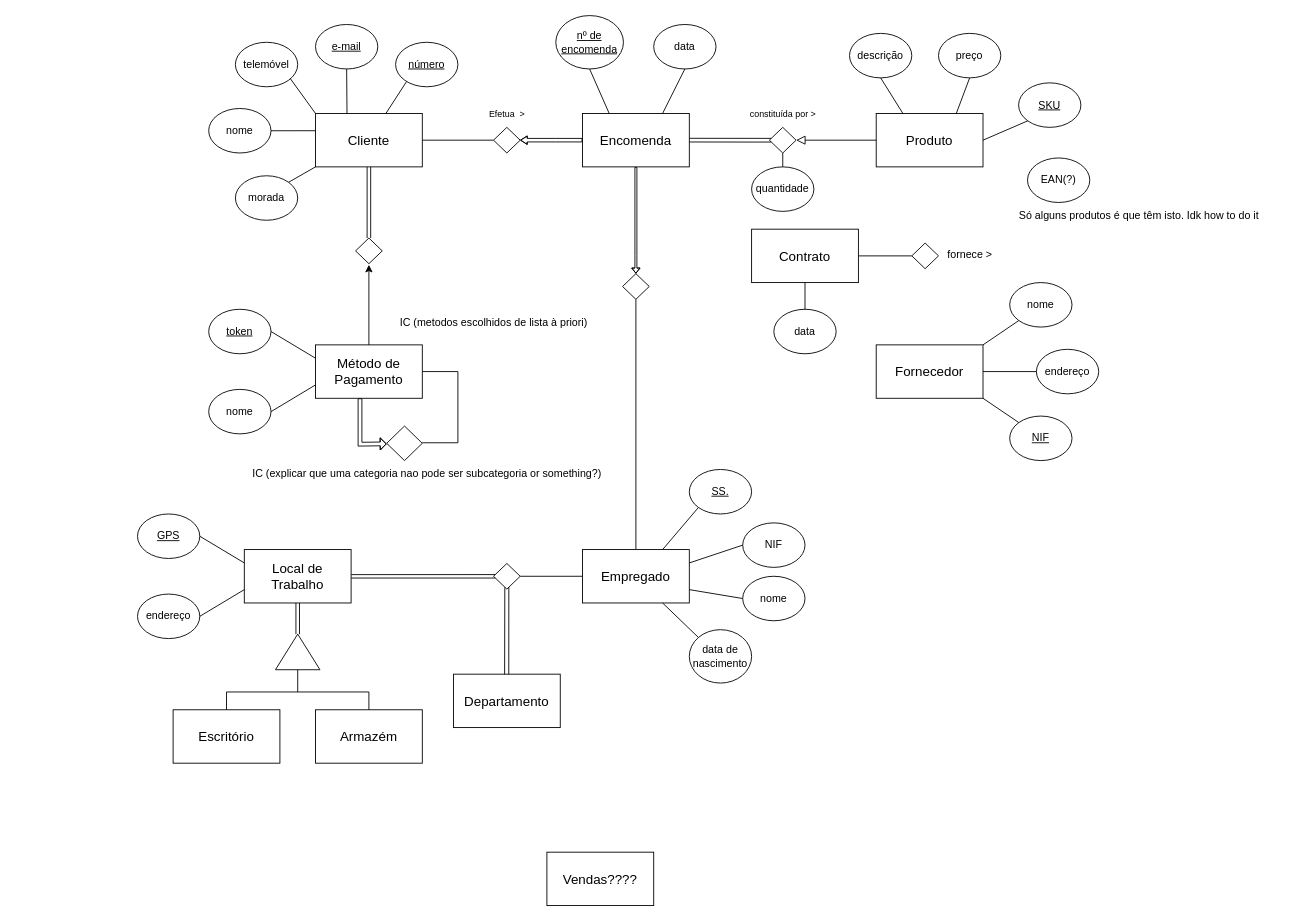
Earlier version of the draw.io diagram Diagrama sem nome.drawio (GreenMemory16/BD-2022-2023). Source tidied: cells renumbered, new cells numbered last; positions are measured from the earlier drawing's top-left corner, leaving out a move shared by most shapes. Both pictures are drawn from the tidied source at 89%, with x=0, y=0 at pixel (137, 15).
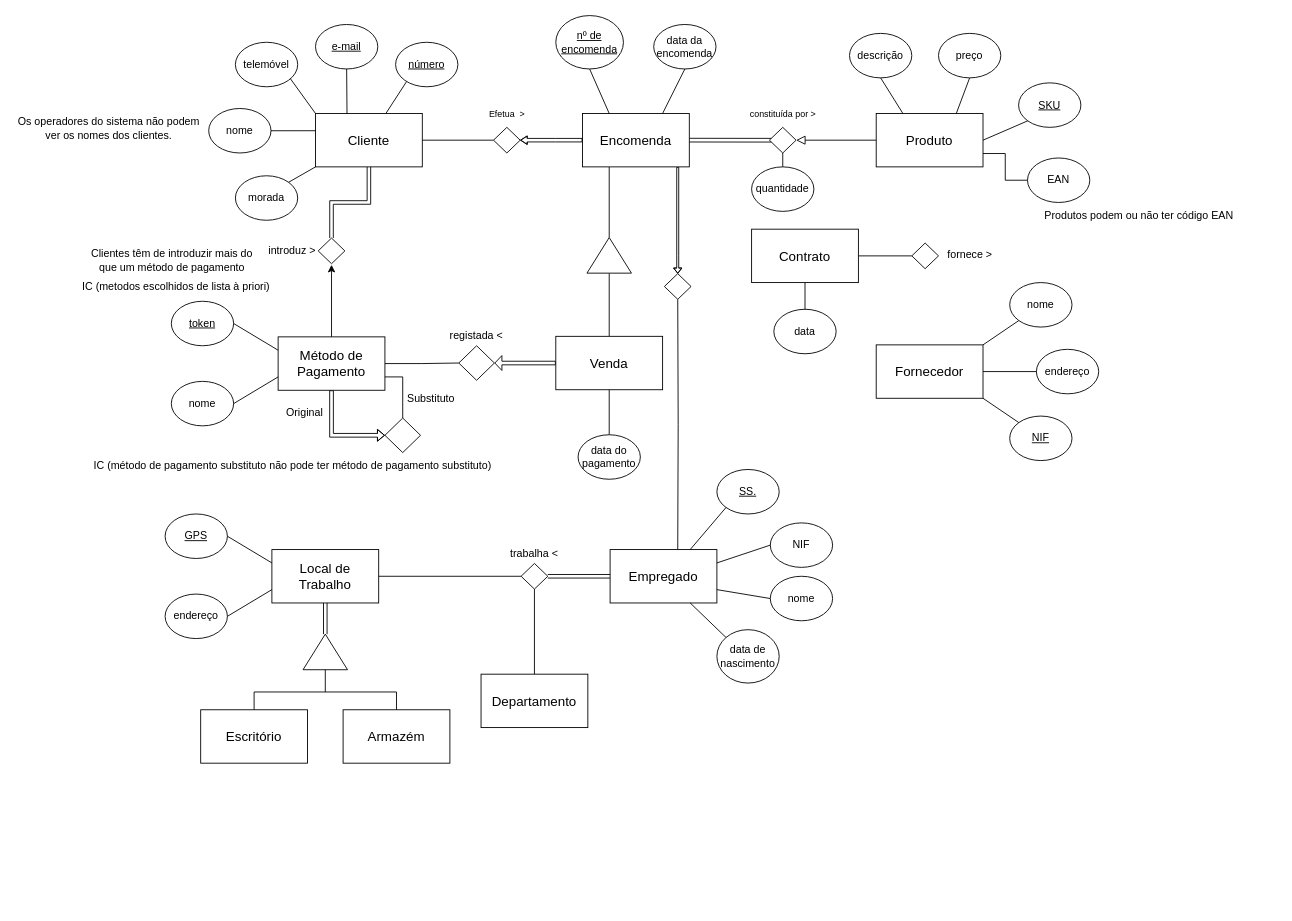
Above is the later version.

Unchanged cells that the change refers to:
```xml
<mxCell id="2" value="&lt;font style=&quot;font-size: 15px;&quot;&gt;Cliente&lt;/font&gt;" style="rounded=0;whiteSpace=wrap;html=1;" parent="1" vertex="1">
  <mxGeometry x="200" y="110" width="120" height="60" as="geometry" />
</mxCell>
<mxCell id="5" value="&lt;font style=&quot;font-size: 15px;&quot;&gt;Encomenda&lt;/font&gt;" style="rounded=0;whiteSpace=wrap;html=1;" parent="1" vertex="1">
  <mxGeometry x="500" y="110" width="120" height="60" as="geometry" />
</mxCell>
<mxCell id="23" value="&lt;font style=&quot;font-size: 15px;&quot;&gt;Produto&lt;/font&gt;" style="rounded=0;whiteSpace=wrap;html=1;" parent="1" vertex="1">
  <mxGeometry x="830" y="110" width="120" height="60" as="geometry" />
</mxCell>
```

What changed in the source:
```diff
@@
-    <mxCell id="4" style="edgeStyle=orthogonalEdgeStyle;rounded=0;jettySize=auto;html=1;exitX=0.5;exitY=1;exitDx=0;exitDy=0;entryX=0.5;entryY=0;entryDx=0;entryDy=0;shape=flexArrow;strokeWidth=1;endSize=1.6122448979591837;endWidth=6.097459391920033;width=2.2448979591836733;" parent="1" edge="1" source="5" target="98">
+    <mxCell id="4" style="edgeStyle=orthogonalEdgeStyle;rounded=0;jettySize=auto;html=1;exitX=0.5;exitY=1;exitDx=0;exitDy=0;entryX=0.5;entryY=0;entryDx=0;entryDy=0;shape=flexArrow;strokeWidth=1;endSize=1.6122448979591837;endWidth=6.097459391920033;width=2.2448979591836733;" parent="1" edge="1" target="98">
       <mxGeometry relative="1" as="geometry">
+        <mxPoint x="607" y="170" as="sourcePoint" />
         <Array as="points">
-          <mxPoint x="560" y="270" />
-          <mxPoint x="560" y="270" />
+          <mxPoint x="607" y="270" />
+          <mxPoint x="607" y="270" />
         </Array>
       </mxGeometry>
     </mxCell>
+    <mxCell id="99" style="edgeStyle=orthogonalEdgeStyle;rounded=0;jettySize=auto;html=1;exitX=0.25;exitY=1;exitDx=0;exitDy=0;entryX=1;entryY=0.5;entryDx=0;entryDy=0;endArrow=none;endFill=0;" parent="1" edge="1" source="5" target="117">
+      <mxGeometry relative="1" as="geometry" />
+    </mxCell>
@@
-    <mxCell id="19" value="data" style="ellipse;whiteSpace=wrap;html=1;" parent="1" vertex="1">
+    <mxCell id="19" value="data da encomenda" style="ellipse;whiteSpace=wrap;html=1;" parent="1" vertex="1">
       <mxGeometry x="580" y="10" width="70" height="50" as="geometry" />
     </mxCell>
@@
+    <mxCell id="100" style="edgeStyle=orthogonalEdgeStyle;rounded=0;jettySize=auto;html=1;exitX=0;exitY=0.5;exitDx=0;exitDy=0;entryX=1;entryY=0.75;entryDx=0;entryDy=0;endArrow=none;endFill=0;" parent="1" edge="1" source="30" target="23">
+      <mxGeometry relative="1" as="geometry" />
+    </mxCell>
-    <mxCell id="30" value="EAN(?)" style="ellipse;whiteSpace=wrap;html=1;" parent="1" vertex="1">
+    <mxCell id="30" value="EAN" style="ellipse;whiteSpace=wrap;html=1;" parent="1" vertex="1">
       <mxGeometry x="1000" y="160" width="70" height="50" as="geometry" />
     </mxCell>
@@
+    <mxCell id="101" style="edgeStyle=orthogonalEdgeStyle;rounded=0;jettySize=auto;html=1;entryX=0;entryY=0.5;entryDx=0;entryDy=0;shape=flexArrow;endWidth=7.988360323886639;endSize=2.293959731543624;width=4.1610738255033555;" parent="1" edge="1" source="37" target="85">
+      <mxGeometry relative="1" as="geometry" />
+    </mxCell>
+    <mxCell id="102" style="edgeStyle=orthogonalEdgeStyle;rounded=0;jettySize=auto;html=1;exitX=1;exitY=0.5;exitDx=0;exitDy=0;entryX=0;entryY=0.5;entryDx=0;entryDy=0;endWidth=8.907657657657658;endArrow=none;endFill=0;" parent="1" edge="1" source="37" target="112">
+      <mxGeometry relative="1" as="geometry" />
+    </mxCell>
     <mxCell id="37" value="&lt;font style=&quot;font-size: 15px;&quot;&gt;Método de Pagamento&lt;/font&gt;" style="rounded=0;whiteSpace=wrap;html=1;" parent="1" vertex="1">
-      <mxGeometry x="200" y="370" width="120" height="60" as="geometry" />
+      <mxGeometry x="158" y="361" width="120" height="60" as="geometry" />
     </mxCell>
     <mxCell id="38" value="&lt;u&gt;token&lt;/u&gt;" style="ellipse;whiteSpace=wrap;html=1;" parent="1" vertex="1">
-      <mxGeometry x="80" y="330" width="70" height="50" as="geometry" />
+      <mxGeometry x="38" y="321" width="70" height="50" as="geometry" />
     </mxCell>
     <mxCell id="39" value="nome" style="ellipse;whiteSpace=wrap;html=1;" parent="1" vertex="1">
-      <mxGeometry x="80" y="420" width="70" height="50" as="geometry" />
+      <mxGeometry x="38" y="411" width="70" height="50" as="geometry" />
     </mxCell>
@@
     <mxCell id="42" value="&lt;font style=&quot;font-size: 15px;&quot;&gt;Local de Trabalho&lt;/font&gt;" style="rounded=0;whiteSpace=wrap;html=1;" parent="1" vertex="1">
-      <mxGeometry x="120" y="600" width="120" height="60" as="geometry" />
+      <mxGeometry x="151" y="600" width="120" height="60" as="geometry" />
     </mxCell>
-    <mxCell id="43" style="edgeStyle=orthogonalEdgeStyle;rounded=0;jettySize=auto;html=1;exitX=0.5;exitY=0;exitDx=0;exitDy=0;entryX=0.5;entryY=1;entryDx=0;entryDy=0;endArrow=none;endFill=0;" parent="1" edge="1" source="44" target="98">
-      <mxGeometry relative="1" as="geometry" />
+    <mxCell id="43" style="edgeStyle=orthogonalEdgeStyle;rounded=0;jettySize=auto;html=1;exitX=0.5;exitY=0;exitDx=0;exitDy=0;entryX=0.5;entryY=1;entryDx=0;entryDy=0;endArrow=none;endFill=0;" parent="1" edge="1" target="98">
+      <mxGeometry relative="1" as="geometry">
+        <mxPoint x="607" y="600" as="sourcePoint" />
+      </mxGeometry>
     </mxCell>
     <mxCell id="44" value="&lt;font style=&quot;font-size: 15px;&quot;&gt;Empregado&lt;/font&gt;" style="rounded=0;whiteSpace=wrap;html=1;" parent="1" vertex="1">
-      <mxGeometry x="500" y="600" width="120" height="60" as="geometry" />
+      <mxGeometry x="531" y="600" width="120" height="60" as="geometry" />
     </mxCell>
     <mxCell id="45" value="&lt;u&gt;SS.&lt;/u&gt;" style="ellipse;whiteSpace=wrap;html=1;" parent="1" vertex="1">
-      <mxGeometry x="620" y="510" width="70" height="50" as="geometry" />
+      <mxGeometry x="651" y="510" width="70" height="50" as="geometry" />
     </mxCell>
     <mxCell id="46" value="NIF" style="ellipse;whiteSpace=wrap;html=1;" parent="1" vertex="1">
-      <mxGeometry x="680" y="570" width="70" height="50" as="geometry" />
+      <mxGeometry x="711" y="570" width="70" height="50" as="geometry" />
     </mxCell>
     <mxCell id="47" value="nome" style="ellipse;whiteSpace=wrap;html=1;" parent="1" vertex="1">
-      <mxGeometry x="680" y="630" width="70" height="50" as="geometry" />
+      <mxGeometry x="711" y="630" width="70" height="50" as="geometry" />
     </mxCell>
     <mxCell id="48" value="data de nascimento" style="ellipse;whiteSpace=wrap;html=1;" parent="1" vertex="1">
-      <mxGeometry x="620" y="690" width="70" height="60" as="geometry" />
+      <mxGeometry x="651" y="690" width="70" height="60" as="geometry" />
     </mxCell>
@@
+    <mxCell id="103" style="edgeStyle=orthogonalEdgeStyle;rounded=0;jettySize=auto;html=1;entryX=0.5;entryY=0;entryDx=0;entryDy=0;endArrow=none;endFill=0;" parent="1" edge="1" source="53" target="67">
+      <mxGeometry relative="1" as="geometry" />
+    </mxCell>
+    <mxCell id="58" style="edgeStyle=orthogonalEdgeStyle;rounded=0;jettySize=auto;html=1;exitX=1;exitY=0.5;exitDx=0;exitDy=0;entryX=0;entryY=0.5;entryDx=0;entryDy=0;shape=link;" parent="1" edge="1" source="53" target="44">
+      <mxGeometry relative="1" as="geometry" />
+    </mxCell>
+    <mxCell id="104" style="edgeStyle=orthogonalEdgeStyle;rounded=0;jettySize=auto;html=1;exitX=0;exitY=0.5;exitDx=0;exitDy=0;entryX=1;entryY=0.5;entryDx=0;entryDy=0;endArrow=none;endFill=0;" parent="1" edge="1" source="53" target="42">
+      <mxGeometry relative="1" as="geometry" />
+    </mxCell>
     <mxCell id="53" style="rhombus;whiteSpace=wrap;html=1;" parent="1" vertex="1">
-      <mxGeometry x="400" y="615.6" width="30" height="28.8" as="geometry" />
+      <mxGeometry x="431" y="615.6" width="30" height="28.8" as="geometry" />
     </mxCell>
     <mxCell id="54" value="&lt;u&gt;GPS&lt;/u&gt;" style="ellipse;whiteSpace=wrap;html=1;" parent="1" vertex="1">
-      <mxGeometry y="560" width="70" height="50" as="geometry" />
+      <mxGeometry x="31" y="560" width="70" height="50" as="geometry" />
     </mxCell>
     <mxCell id="55" value="endereço" style="ellipse;whiteSpace=wrap;html=1;" parent="1" vertex="1">
-      <mxGeometry y="650" width="70" height="50" as="geometry" />
+      <mxGeometry x="31" y="650" width="70" height="50" as="geometry" />
     </mxCell>
@@
-    <mxCell id="58" style="endArrow=none;html=1;rounded=0;entryX=0;entryY=0.5;entryDx=0;entryDy=0;exitX=1;exitY=0.5;exitDx=0;exitDy=0;" parent="1" edge="1" source="53" target="44">
-      <mxGeometry relative="1" as="geometry" />
-    </mxCell>
-    <mxCell id="59" style="endArrow=none;html=1;rounded=0;entryX=0.063;entryY=0.434;entryDx=0;entryDy=0;entryPerimeter=0;exitX=1.002;exitY=0.469;exitDx=0;exitDy=0;exitPerimeter=0;" parent="1" edge="1" source="42" target="53">
-      <mxGeometry relative="1" as="geometry" />
-    </mxCell>
-    <mxCell id="60" style="endArrow=none;html=1;rounded=0;entryX=0.066;entryY=0.568;entryDx=0;entryDy=0;entryPerimeter=0;exitX=1.001;exitY=0.533;exitDx=0;exitDy=0;exitPerimeter=0;" parent="1" edge="1" source="42" target="53">
-      <mxGeometry relative="1" as="geometry" />
-    </mxCell>
@@
     <mxCell id="67" value="&lt;font style=&quot;font-size: 15px;&quot;&gt;Departamento&lt;/font&gt;" style="rounded=0;whiteSpace=wrap;html=1;" parent="1" vertex="1">
-      <mxGeometry x="355" y="740" width="120" height="60" as="geometry" />
+      <mxGeometry x="386" y="740" width="120" height="60" as="geometry" />
     </mxCell>
-    <mxCell id="68" style="endArrow=none;html=1;rounded=0;entryX=0.424;entryY=0.932;entryDx=0;entryDy=0;entryPerimeter=0;exitX=0.479;exitY=0.003;exitDx=0;exitDy=0;exitPerimeter=0;" parent="1" edge="1" source="67" target="53">
-      <mxGeometry relative="1" as="geometry" />
-    </mxCell>
-    <mxCell id="69" style="endArrow=none;html=1;rounded=0;entryX=0.574;entryY=0.927;entryDx=0;entryDy=0;entryPerimeter=0;exitX=0.518;exitY=0.003;exitDx=0;exitDy=0;exitPerimeter=0;" parent="1" edge="1" source="67" target="53">
-      <mxGeometry relative="1" as="geometry" />
-    </mxCell>
-    <mxCell id="70" value="&lt;font style=&quot;font-size: 15px;&quot;&gt;Vendas????&lt;/font&gt;" style="rounded=0;whiteSpace=wrap;html=1;" parent="1" vertex="1">
-      <mxGeometry x="460" y="940" width="120" height="60" as="geometry" />
-    </mxCell>
     <mxCell id="71" value="&lt;font style=&quot;font-size: 15px;&quot;&gt;Escritório&lt;/font&gt;" style="rounded=0;whiteSpace=wrap;html=1;" parent="1" vertex="1">
-      <mxGeometry x="40" y="780" width="120" height="60" as="geometry" />
+      <mxGeometry x="71" y="780" width="120" height="60" as="geometry" />
     </mxCell>
     <mxCell id="72" value="&lt;font style=&quot;font-size: 15px;&quot;&gt;Armazém&lt;/font&gt;" style="rounded=0;whiteSpace=wrap;html=1;" parent="1" vertex="1">
-      <mxGeometry x="200" y="780" width="120" height="60" as="geometry" />
+      <mxGeometry x="231" y="780" width="120" height="60" as="geometry" />
     </mxCell>
     <mxCell id="73" style="triangle;whiteSpace=wrap;html=1;rotation=-90;" parent="1" vertex="1">
-      <mxGeometry x="160" y="690" width="40" height="50" as="geometry" />
+      <mxGeometry x="191" y="690" width="40" height="50" as="geometry" />
     </mxCell>
     <mxCell id="74" style="endArrow=none;html=1;rounded=0;" parent="1" edge="1">
       <mxGeometry relative="1" as="geometry">
-        <mxPoint x="100" y="760" as="sourcePoint" />
-        <mxPoint x="260" y="760" as="targetPoint" />
+        <mxPoint x="131" y="760" as="sourcePoint" />
+        <mxPoint x="291" y="760" as="targetPoint" />
       </mxGeometry>
     </mxCell>
     <mxCell id="75" style="endArrow=none;html=1;rounded=0;exitX=0.5;exitY=0;exitDx=0;exitDy=0;" parent="1" edge="1" source="71">
       <mxGeometry relative="1" as="geometry">
-        <mxPoint x="100" y="760" as="targetPoint" />
+        <mxPoint x="131" y="760" as="targetPoint" />
       </mxGeometry>
     </mxCell>
     <mxCell id="76" style="endArrow=none;html=1;rounded=0;exitX=0.5;exitY=0;exitDx=0;exitDy=0;" parent="1" edge="1" source="72">
       <mxGeometry relative="1" as="geometry">
-        <mxPoint x="260" y="760" as="targetPoint" />
+        <mxPoint x="291" y="760" as="targetPoint" />
       </mxGeometry>
     </mxCell>
     <mxCell id="77" style="endArrow=none;html=1;rounded=0;exitX=0;exitY=0.5;exitDx=0;exitDy=0;" parent="1" edge="1" source="73">
       <mxGeometry relative="1" as="geometry">
-        <mxPoint x="180" y="760" as="targetPoint" />
+        <mxPoint x="211" y="760" as="targetPoint" />
       </mxGeometry>
     </mxCell>
@@
+    <mxCell id="80" style="edgeStyle=orthogonalEdgeStyle;rounded=0;jettySize=auto;html=1;exitX=0.5;exitY=0;exitDx=0;exitDy=0;entryX=0.5;entryY=1;entryDx=0;entryDy=0;shape=link;" parent="1" edge="1" source="79" target="2">
+      <mxGeometry relative="1" as="geometry" />
+    </mxCell>
     <mxCell id="79" style="rhombus;whiteSpace=wrap;html=1;" parent="1" vertex="1">
-      <mxGeometry x="245" y="250" width="30" height="28.8" as="geometry" />
+      <mxGeometry x="203" y="250" width="30" height="28.8" as="geometry" />
     </mxCell>
-    <mxCell id="80" style="shape=link;html=1;rounded=0;exitX=0.5;exitY=0;exitDx=0;exitDy=0;entryX=0.5;entryY=1;entryDx=0;entryDy=0;" parent="1" edge="1" source="79" target="2">
-      <mxGeometry relative="1" as="geometry" />
-    </mxCell>
     <mxCell id="81" style="endArrow=classic;html=1;rounded=0;exitX=0.5;exitY=0;exitDx=0;exitDy=0;" parent="1" edge="1" source="37">
       <mxGeometry relative="1" as="geometry">
-        <mxPoint x="260" y="280" as="targetPoint" />
+        <mxPoint x="218" y="280" as="targetPoint" />
       </mxGeometry>
     </mxCell>
-    <mxCell id="82" style="endArrow=none;html=1;rounded=0;" parent="1" edge="1">
-      <mxGeometry relative="1" as="geometry">
-        <mxPoint x="320" y="400" as="sourcePoint" />
-        <mxPoint x="360" y="400" as="targetPoint" />
-      </mxGeometry>
-    </mxCell>
-    <mxCell id="83" style="endArrow=none;html=1;rounded=0;" parent="1" edge="1">
-      <mxGeometry relative="1" as="geometry">
-        <mxPoint x="360" y="480" as="sourcePoint" />
-        <mxPoint x="360" y="400" as="targetPoint" />
-      </mxGeometry>
-    </mxCell>
-    <mxCell id="84" style="endArrow=none;html=1;rounded=0;" parent="1" edge="1">
-      <mxGeometry relative="1" as="geometry">
-        <mxPoint x="320" y="480" as="sourcePoint" />
-        <mxPoint x="360" y="480" as="targetPoint" />
-      </mxGeometry>
-    </mxCell>
+    <mxCell id="105" style="edgeStyle=orthogonalEdgeStyle;rounded=0;jettySize=auto;html=1;entryX=1;entryY=0.75;entryDx=0;entryDy=0;endArrow=none;endFill=0;" parent="1" edge="1" source="85" target="37">
+      <mxGeometry relative="1" as="geometry" />
+    </mxCell>
     <mxCell id="85" style="rhombus;whiteSpace=wrap;html=1;" parent="1" vertex="1">
-      <mxGeometry x="280" y="461.2" width="40" height="38.8" as="geometry" />
+      <mxGeometry x="278" y="452.2" width="40" height="38.8" as="geometry" />
     </mxCell>
-    <mxCell id="86" style="shape=flexArrow;endArrow=classic;html=1;rounded=0;width=4.230769230769231;endSize=1.9365384615384615;endWidth=8.41715976331361;" parent="1" edge="1">
-      <mxGeometry relative="1" as="geometry">
-        <mxPoint x="250" y="430" as="sourcePoint" />
-        <mxPoint x="280" y="481.2" as="targetPoint" />
-        <Array as="points">
-          <mxPoint x="250" y="470" />
-          <mxPoint x="250" y="481.6" />
-        </Array>
-      </mxGeometry>
-    </mxCell>
-    <mxCell id="87" value="IC (explicar que uma categoria nao pode ser subcategoria or something?)" style="text;html=1;align=center;verticalAlign=middle;strokeColor=none;fillColor=none;" parent="1" vertex="1">
-      <mxGeometry x="105" y="500" width="440" height="30" as="geometry" />
+    <mxCell id="87" value="IC (método de pagamento substituto não pode ter método de pagamento substituto)" style="text;html=1;align=center;verticalAlign=middle;strokeColor=none;fillColor=none;" parent="1" vertex="1">
+      <mxGeometry x="-61" y="491" width="470" height="30" as="geometry" />
     </mxCell>
@@
     <mxCell id="90" value="IC (metodos escolhidos de lista à priori)" style="text;html=1;align=center;verticalAlign=middle;strokeColor=none;fillColor=none;" parent="1" vertex="1">
-      <mxGeometry x="275" y="330" width="250" height="30" as="geometry" />
+      <mxGeometry x="-82" y="290" width="250" height="30" as="geometry" />
     </mxCell>
-    <mxCell id="91" value="Só alguns produtos é que têm isto. Idk how to do it" style="text;html=1;align=center;verticalAlign=middle;strokeColor=none;fillColor=none;" parent="1" vertex="1">
-      <mxGeometry x="970" y="210" width="310" height="30" as="geometry" />
+    <mxCell id="91" value="Produtos podem ou não ter código EAN" style="text;html=1;align=center;verticalAlign=middle;strokeColor=none;fillColor=none;" parent="1" vertex="1">
+      <mxGeometry x="1005" y="210" width="240" height="30" as="geometry" />
     </mxCell>
@@
     <mxCell id="98" style="rhombus;whiteSpace=wrap;html=1;" parent="1" vertex="1">
-      <mxGeometry x="545" y="290" width="30" height="28.8" as="geometry" />
+      <mxGeometry x="592" y="290" width="30" height="28.8" as="geometry" />
     </mxCell>
+    <mxCell id="106" value="trabalha &amp;lt;" style="text;strokeColor=none;align=center;fillColor=none;html=1;verticalAlign=middle;whiteSpace=wrap;rounded=0;" parent="1" vertex="1">
+      <mxGeometry x="416" y="590" width="60" height="30" as="geometry" />
+    </mxCell>
+    <mxCell id="107" value="Os operadores do sistema não podem ver os nomes dos clientes." style="text;strokeColor=none;align=center;fillColor=none;html=1;verticalAlign=middle;whiteSpace=wrap;rounded=0;" parent="1" vertex="1">
+      <mxGeometry x="-137" y="112" width="210" height="30" as="geometry" />
+    </mxCell>
+    <mxCell id="108" value="introduz &amp;gt;" style="text;strokeColor=none;align=center;fillColor=none;html=1;verticalAlign=middle;whiteSpace=wrap;rounded=0;" parent="1" vertex="1">
+      <mxGeometry x="144" y="249" width="60" height="30" as="geometry" />
+    </mxCell>
+    <mxCell id="109" value="Clientes têm de introduzir mais do que um método de pagamento" style="text;strokeColor=none;align=center;fillColor=none;html=1;verticalAlign=middle;whiteSpace=wrap;rounded=0;" parent="1" vertex="1">
+      <mxGeometry x="-61" y="260" width="200" height="30" as="geometry" />
+    </mxCell>
+    <mxCell id="110" value="Substituto" style="text;strokeColor=none;align=center;fillColor=none;html=1;verticalAlign=middle;whiteSpace=wrap;rounded=0;" parent="1" vertex="1">
+      <mxGeometry x="300" y="416" width="60" height="30" as="geometry" />
+    </mxCell>
+    <mxCell id="111" value="Original" style="text;strokeColor=none;align=center;fillColor=none;html=1;verticalAlign=middle;whiteSpace=wrap;rounded=0;" parent="1" vertex="1">
+      <mxGeometry x="158" y="431" width="60" height="30" as="geometry" />
+    </mxCell>
+    <mxCell id="112" style="rhombus;whiteSpace=wrap;html=1;" parent="1" vertex="1">
+      <mxGeometry x="361" y="371" width="40" height="38.8" as="geometry" />
+    </mxCell>
+    <mxCell id="113" style="edgeStyle=orthogonalEdgeStyle;rounded=0;jettySize=auto;html=1;entryX=0;entryY=0.5;entryDx=0;entryDy=0;endArrow=none;endFill=0;" parent="1" edge="1" source="116" target="117">
+      <mxGeometry relative="1" as="geometry" />
+    </mxCell>
+    <mxCell id="114" style="edgeStyle=orthogonalEdgeStyle;rounded=0;jettySize=auto;html=1;entryX=1;entryY=0.5;entryDx=0;entryDy=0;shape=flexArrow;width=4.040404040404041;endSize=2.309090909090909;endWidth=11.70900928476686;" parent="1" edge="1" source="116" target="112">
+      <mxGeometry relative="1" as="geometry" />
+    </mxCell>
+    <mxCell id="115" style="edgeStyle=orthogonalEdgeStyle;rounded=0;jettySize=auto;html=1;entryX=0.5;entryY=0;entryDx=0;entryDy=0;endArrow=none;endFill=0;" parent="1" edge="1" source="116" target="119">
+      <mxGeometry relative="1" as="geometry" />
+    </mxCell>
+    <mxCell id="116" value="&lt;font style=&quot;font-size: 15px;&quot;&gt;Venda&lt;/font&gt;" style="rounded=0;whiteSpace=wrap;html=1;" parent="1" vertex="1">
+      <mxGeometry x="470" y="360.4" width="120" height="60" as="geometry" />
+    </mxCell>
+    <mxCell id="117" style="triangle;whiteSpace=wrap;html=1;rotation=-90;" parent="1" vertex="1">
+      <mxGeometry x="510" y="244.4" width="40" height="50" as="geometry" />
+    </mxCell>
+    <mxCell id="118" value="registada &amp;lt;" style="text;strokeColor=none;align=center;fillColor=none;html=1;verticalAlign=middle;whiteSpace=wrap;rounded=0;" parent="1" vertex="1">
+      <mxGeometry x="346" y="345" width="70" height="30" as="geometry" />
+    </mxCell>
+    <mxCell id="119" value="data do pagamento" style="ellipse;whiteSpace=wrap;html=1;" parent="1" vertex="1">
+      <mxGeometry x="495" y="471" width="70" height="50" as="geometry" />
+    </mxCell>
```
